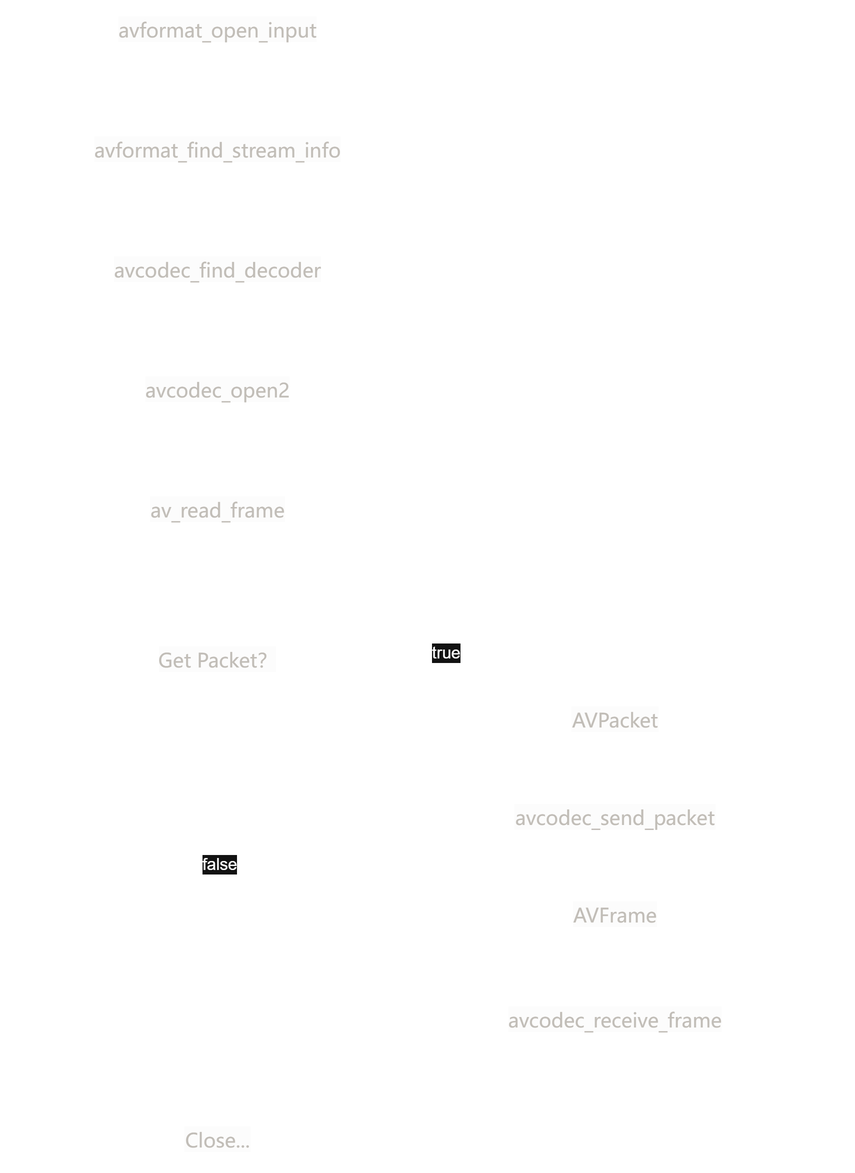
The draw.io diagram post/leixiaohua-note-1/解码流程2.png in serenNan/serenNan.github.io, before a commit. Source tidied: cells renumbered, new cells last; positions are measured from the earlier drawing's top-left corner, leaving out a move shared by most shapes.
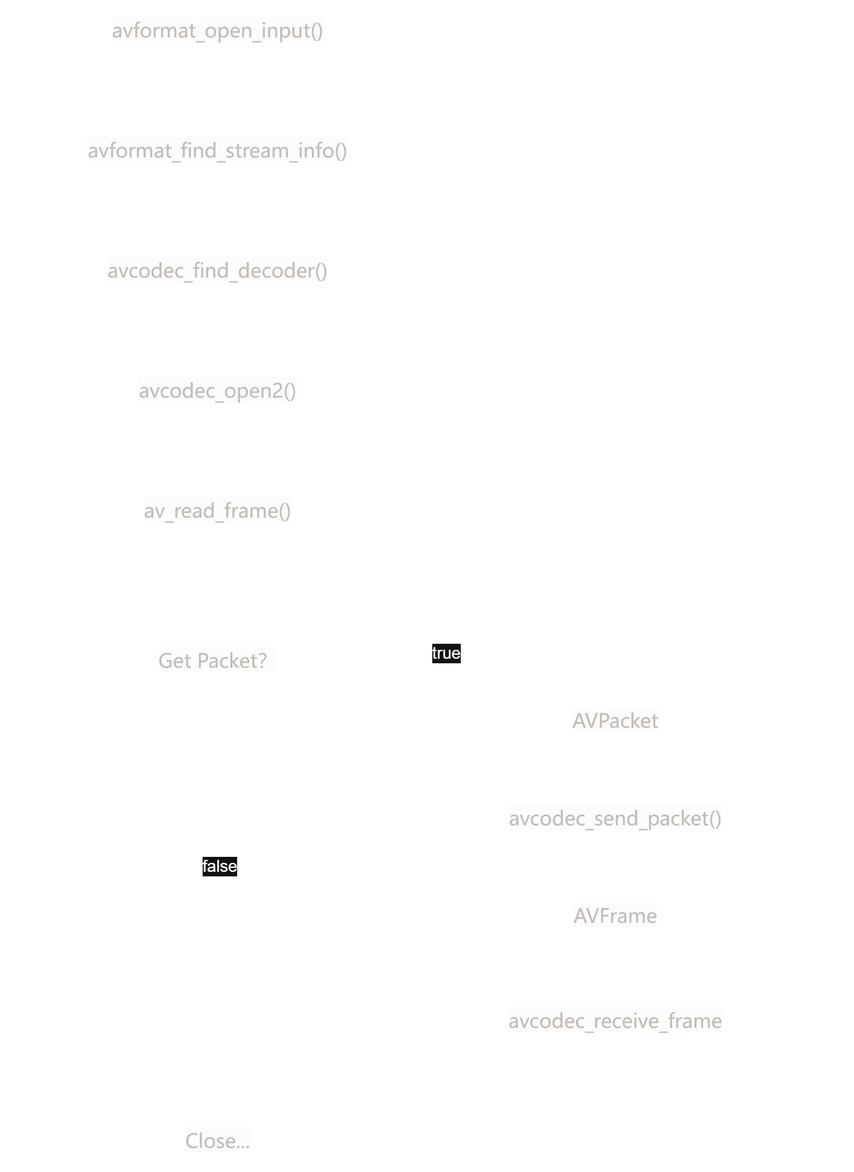
After the commit.

What changed in the source:
```diff
@@ -5,31 +5,31 @@
     <mxCell id="2" style="edgeStyle=orthogonalEdgeStyle;rounded=0;jettySize=auto;html=1;" parent="1" edge="1" source="3" target="5">
       <mxGeometry relative="1" as="geometry" />
     </mxCell>
-    <mxCell id="3" value="&lt;span style=&quot;color: rgb(193, 189, 183); font-family: &amp;quot;Microsoft YaHei&amp;quot;, 微软雅黑, Arial; font-size: 13px; background-color: rgba(34, 36, 37, 0.01);&quot;&gt;avformat_open_input&lt;/span&gt;" style="rounded=0;whiteSpace=wrap;html=1;fillColor=none;" parent="1" vertex="1">
+    <mxCell id="3" value="&lt;span style=&quot;color: rgb(193, 189, 183); font-family: &amp;quot;Microsoft YaHei&amp;quot;, 微软雅黑, Arial; font-size: 13px; background-color: rgba(34, 36, 37, 0.01);&quot;&gt;avformat_open_input()&lt;/span&gt;" style="rounded=0;whiteSpace=wrap;html=1;fillColor=none;" parent="1" vertex="1">
       <mxGeometry x="20" width="250" height="40" as="geometry" />
     </mxCell>
     <mxCell id="4" style="edgeStyle=orthogonalEdgeStyle;rounded=0;jettySize=auto;html=1;" parent="1" edge="1" source="5" target="7">
       <mxGeometry relative="1" as="geometry" />
     </mxCell>
-    <mxCell id="5" value="&lt;span style=&quot;color: rgb(193, 189, 183); font-family: &amp;quot;Microsoft YaHei&amp;quot;, 微软雅黑, Arial; font-size: 13px; background-color: rgba(34, 36, 37, 0.01);&quot;&gt;avformat_find_stream_info&lt;/span&gt;" style="rounded=0;whiteSpace=wrap;html=1;fillColor=none;" parent="1" vertex="1">
+    <mxCell id="5" value="&lt;span style=&quot;color: rgb(193, 189, 183); font-family: &amp;quot;Microsoft YaHei&amp;quot;, 微软雅黑, Arial; font-size: 13px; background-color: rgba(34, 36, 37, 0.01);&quot;&gt;avformat_find_stream_info()&lt;/span&gt;" style="rounded=0;whiteSpace=wrap;html=1;fillColor=none;" parent="1" vertex="1">
       <mxGeometry x="20" y="80" width="250" height="40" as="geometry" />
     </mxCell>
     <mxCell id="6" style="edgeStyle=orthogonalEdgeStyle;rounded=0;jettySize=auto;html=1;" parent="1" edge="1" source="7" target="9">
       <mxGeometry relative="1" as="geometry" />
     </mxCell>
-    <mxCell id="7" value="&lt;span style=&quot;color: rgb(193, 189, 183); font-family: &amp;quot;Microsoft YaHei&amp;quot;, 微软雅黑, Arial; font-size: 13px; background-color: rgba(34, 36, 37, 0.01);&quot;&gt;avcodec_find_decoder&lt;/span&gt;" style="rounded=0;whiteSpace=wrap;html=1;fillColor=none;" parent="1" vertex="1">
+    <mxCell id="7" value="&lt;span style=&quot;color: rgb(193, 189, 183); font-family: &amp;quot;Microsoft YaHei&amp;quot;, 微软雅黑, Arial; font-size: 13px; background-color: rgba(34, 36, 37, 0.01);&quot;&gt;avcodec_find_decoder()&lt;/span&gt;" style="rounded=0;whiteSpace=wrap;html=1;fillColor=none;" parent="1" vertex="1">
       <mxGeometry x="20" y="160" width="250" height="40" as="geometry" />
     </mxCell>
     <mxCell id="8" style="edgeStyle=orthogonalEdgeStyle;rounded=0;jettySize=auto;html=1;" parent="1" edge="1" source="9" target="11">
       <mxGeometry relative="1" as="geometry" />
     </mxCell>
-    <mxCell id="9" value="&lt;span style=&quot;color: rgb(193, 189, 183); font-family: &amp;quot;Microsoft YaHei&amp;quot;, 微软雅黑, Arial; font-size: 13px; background-color: rgba(34, 36, 37, 0.01);&quot;&gt;avcodec_open2&lt;/span&gt;" style="rounded=0;whiteSpace=wrap;html=1;fillColor=none;" parent="1" vertex="1">
+    <mxCell id="9" value="&lt;span style=&quot;color: rgb(193, 189, 183); font-family: &amp;quot;Microsoft YaHei&amp;quot;, 微软雅黑, Arial; font-size: 13px; background-color: rgba(34, 36, 37, 0.01);&quot;&gt;avcodec_open2()&lt;/span&gt;" style="rounded=0;whiteSpace=wrap;html=1;fillColor=none;" parent="1" vertex="1">
       <mxGeometry x="20" y="240" width="250" height="40" as="geometry" />
     </mxCell>
     <mxCell id="10" style="edgeStyle=orthogonalEdgeStyle;rounded=0;jettySize=auto;html=1;entryX=0.5;entryY=0;entryDx=0;entryDy=0;" parent="1" edge="1" source="11" target="16">
       <mxGeometry relative="1" as="geometry" />
     </mxCell>
-    <mxCell id="11" value="&lt;span style=&quot;color: rgb(193, 189, 183); font-family: &amp;quot;Microsoft YaHei&amp;quot;, 微软雅黑, Arial; font-size: 13px; background-color: rgba(34, 36, 37, 0.01);&quot;&gt;av_read_frame&lt;/span&gt;" style="rounded=0;whiteSpace=wrap;html=1;fillColor=none;" parent="1" vertex="1">
+    <mxCell id="11" value="&lt;span style=&quot;color: rgb(193, 189, 183); font-family: &amp;quot;Microsoft YaHei&amp;quot;, 微软雅黑, Arial; font-size: 13px; background-color: rgba(34, 36, 37, 0.01);&quot;&gt;av_read_frame()&lt;/span&gt;" style="rounded=0;whiteSpace=wrap;html=1;fillColor=none;" parent="1" vertex="1">
       <mxGeometry x="20" y="320" width="250" height="40" as="geometry" />
     </mxCell>
     <mxCell id="12" style="edgeStyle=orthogonalEdgeStyle;rounded=0;jettySize=auto;html=1;" parent="1" edge="1" source="16" target="17">
@@ -65,7 +65,7 @@
     <mxCell id="22" style="edgeStyle=orthogonalEdgeStyle;rounded=0;jettySize=auto;html=1;" parent="1" edge="1" source="23" target="21">
       <mxGeometry relative="1" as="geometry" />
     </mxCell>
-    <mxCell id="23" value="&lt;span style=&quot;color: rgb(193, 189, 183); font-family: &amp;quot;Microsoft YaHei&amp;quot;, 微软雅黑, Arial; font-size: 13px; background-color: rgba(34, 36, 37, 0.01);&quot;&gt;avcodec_send_packet&lt;/span&gt;" style="rounded=0;whiteSpace=wrap;html=1;fillColor=none;" parent="1" vertex="1">
+    <mxCell id="23" value="&lt;span style=&quot;color: rgb(193, 189, 183); font-family: &amp;quot;Microsoft YaHei&amp;quot;, 微软雅黑, Arial; font-size: 13px; background-color: rgba(34, 36, 37, 0.01);&quot;&gt;avcodec_send_packet()&lt;/span&gt;" style="rounded=0;whiteSpace=wrap;html=1;fillColor=none;" parent="1" vertex="1">
       <mxGeometry x="310" y="525" width="200" height="40" as="geometry" />
     </mxCell>
     <mxCell id="24" style="edgeStyle=orthogonalEdgeStyle;rounded=0;jettySize=auto;html=1;entryX=1;entryY=0.5;entryDx=0;entryDy=0;" parent="1" edge="1" source="25" target="11">
```
